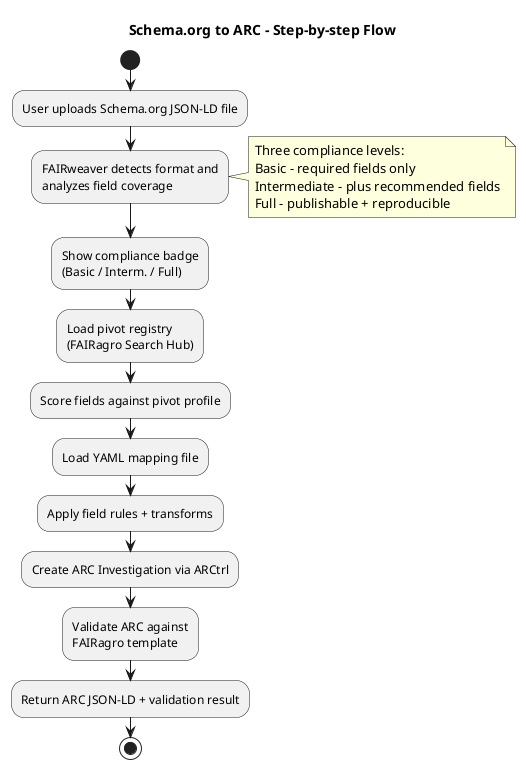
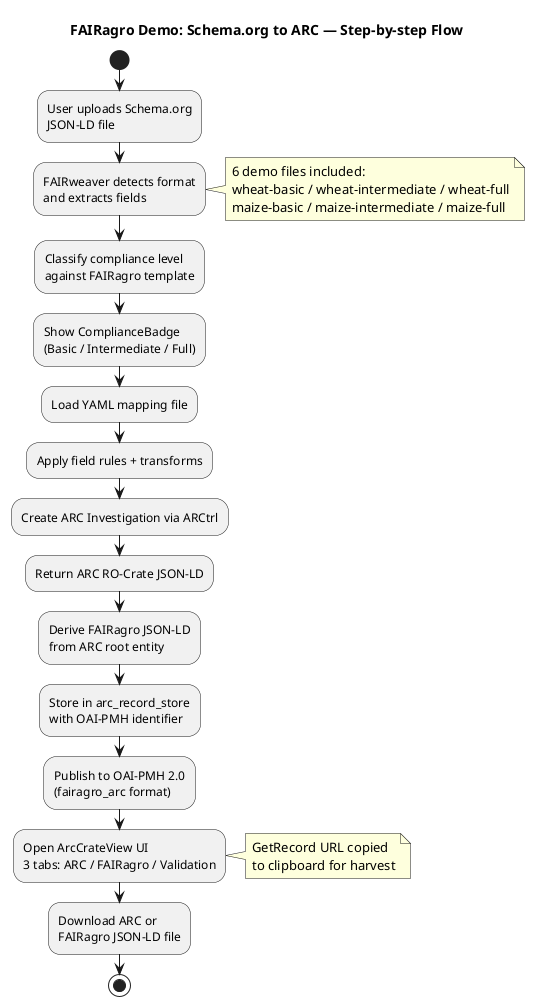
@startuml
start

- title Schema.org to ARC - Step-by-step Flow
+ title FAIRagro Demo: Schema.org to ARC — Step-by-step Flow

- :User uploads Schema.org JSON-LD file;
- :FAIRweaver detects format and\nanalyzes field coverage;
+ :User uploads Schema.org\nJSON-LD file;
+ :FAIRweaver detects format\nand extracts fields;

note right
-   Three compliance levels:
-   Basic - required fields only
-   Intermediate - plus recommended fields
-   Full - publishable + reproducible
+   6 demo files included:
+   wheat-basic / wheat-intermediate / wheat-full
+   maize-basic / maize-intermediate / maize-full
end note

- :Show compliance badge\n(Basic / Interm. / Full);
- 
- :Load pivot registry\n(FAIRagro Search Hub);
- :Score fields against pivot profile;
+ :Classify compliance level\nagainst FAIRagro template;
+ :Show ComplianceBadge\n(Basic / Intermediate / Full);

:Load YAML mapping file;
:Apply field rules + transforms;
:Create ARC Investigation via ARCtrl;
+ :Return ARC RO-Crate JSON-LD;

- :Validate ARC against\nFAIRagro template;
- :Return ARC JSON-LD + validation result;
+ :Derive FAIRagro JSON-LD\nfrom ARC root entity;
+ 
+ :Store in arc_record_store\nwith OAI-PMH identifier;
+ 
+ :Publish to OAI-PMH 2.0\n(fairagro_arc format);
+ 
+ :Open ArcCrateView UI\n3 tabs: ARC / FAIRagro / Validation;
+ 
+ note right
+   GetRecord URL copied
+   to clipboard for harvest
+ end note
+ 
+ :Download ARC or\nFAIRagro JSON-LD file;

stop

@enduml
